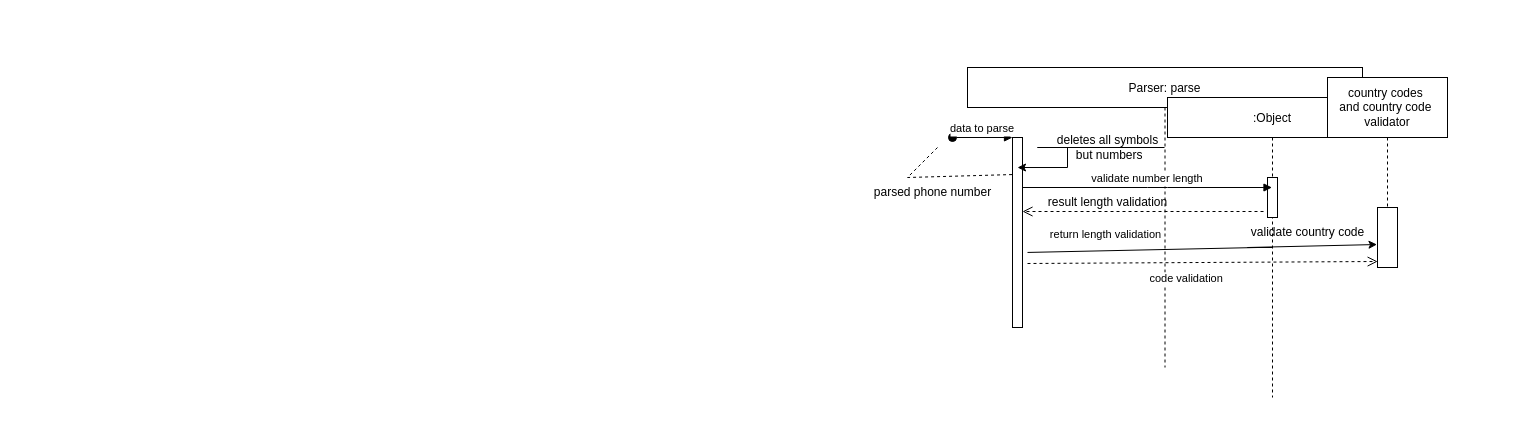
Above: Untitled Diagram.drawio in jonhaul/uml-projects (draw.io), before the change. Source tidied: cells renumbered, new cells numbered last; positions are measured from the earlier drawing's top-left corner, leaving out a move shared by most shapes. Both pictures are drawn from the tidied source at 100%, with x=0, y=0 at pixel (862, 67).
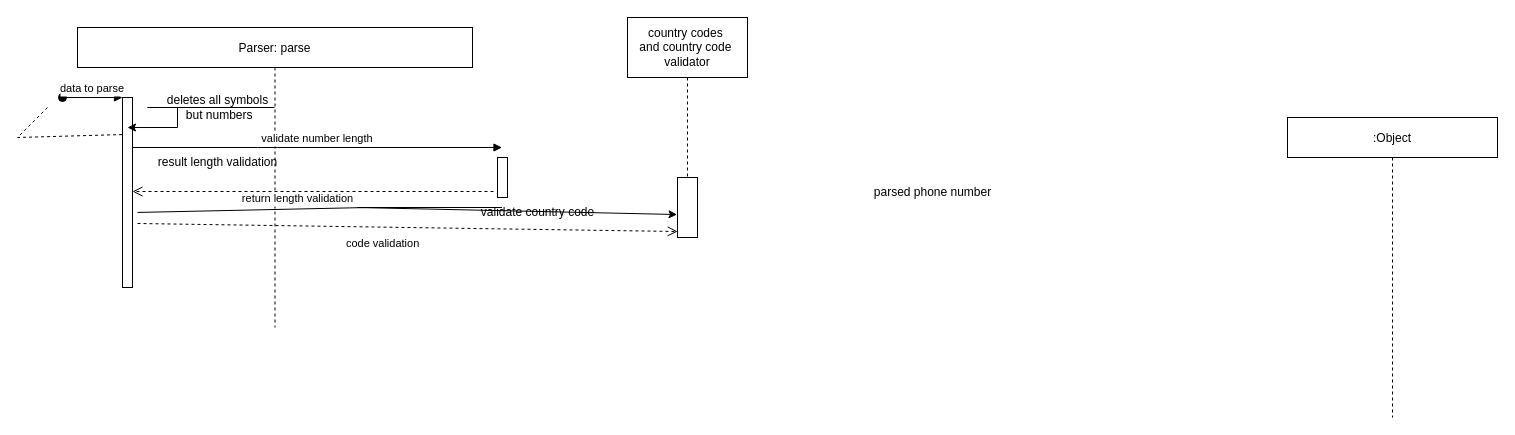
Above is the later version.

The change refers to these unchanged cells:
```xml
<mxCell id="3" style="points=[];perimeter=orthogonalPerimeter;rounded=0;shadow=0;strokeWidth=1;" parent="2" vertex="1">
  <mxGeometry x="45" y="70" width="10" height="190" as="geometry" />
</mxCell>
```

The edit, as a diff of the source:
```diff
@@
+    <mxCell id="7" value=":Object" style="shape=umlLifeline;perimeter=lifelinePerimeter;rounded=0;shadow=0;strokeWidth=1;" parent="1" vertex="1">
+      <mxGeometry x="425" y="50" width="210" height="300" as="geometry" />
+    </mxCell>
+    <mxCell id="19" value="parsed phone number" style="text;html=1;align=center;verticalAlign=middle;fillColor=none;strokeColor=none;rounded=0;" parent="1" vertex="1">
+      <mxGeometry y="110" width="140" height="30" as="geometry" />
+    </mxCell>
     <mxCell id="2" value="Parser: parse" style="shape=umlLifeline;perimeter=lifelinePerimeter;rounded=0;shadow=0;strokeWidth=1;" parent="1" vertex="1">
-      <mxGeometry x="105" width="395" height="300" as="geometry" />
+      <mxGeometry x="-785" y="-40" width="395" height="300" as="geometry" />
     </mxCell>
@@
-    <mxCell id="7" value=":Object" style="shape=umlLifeline;perimeter=lifelinePerimeter;rounded=0;shadow=0;strokeWidth=1;" parent="1" vertex="1">
-      <mxGeometry x="305" y="30" width="210" height="300" as="geometry" />
-    </mxCell>
-    <mxCell id="8" style="points=[];perimeter=orthogonalPerimeter;rounded=0;shadow=0;strokeWidth=1;" parent="7" vertex="1">
-      <mxGeometry x="100" y="80" width="10" height="40" as="geometry" />
+    <mxCell id="8" style="points=[];perimeter=orthogonalPerimeter;rounded=0;shadow=0;strokeWidth=1;" parent="1" vertex="1">
+      <mxGeometry x="-365" y="90" width="10" height="40" as="geometry" />
     </mxCell>
-    <mxCell id="9" value="validate country code" style="text;html=1;align=center;verticalAlign=middle;fillColor=none;strokeColor=none;rounded=0;" parent="7" vertex="1">
-      <mxGeometry x="70" y="120" width="140" height="30" as="geometry" />
+    <mxCell id="9" value="validate country code" style="text;html=1;align=center;verticalAlign=middle;fillColor=none;strokeColor=none;rounded=0;" parent="1" vertex="1">
+      <mxGeometry x="-395" y="130" width="140" height="30" as="geometry" />
     </mxCell>
-    <mxCell id="10" value="validate number length" style="verticalAlign=bottom;endArrow=block;shadow=0;strokeWidth=1;" parent="1" edge="1" source="3" target="7">
+    <mxCell id="10" value="validate number length" style="verticalAlign=bottom;endArrow=block;shadow=0;strokeWidth=1;" parent="1" edge="1" source="3">
       <mxGeometry relative="1" as="geometry">
+        <mxPoint x="-360.5" y="80" as="targetPoint" />
         <Array as="points">
-          <mxPoint x="295" y="120" />
+          <mxPoint x="-595" y="80" />
         </Array>
       </mxGeometry>
     </mxCell>
     <mxCell id="11" value="code validation" style="verticalAlign=bottom;endArrow=open;dashed=1;endSize=8;exitX=1;exitY=0.95;shadow=0;strokeWidth=1;entryX=0.008;entryY=0.9;entryDx=0;entryDy=0;entryPerimeter=0;" parent="1" edge="1" target="15">
       <mxGeometry x="-0.09" y="-25" relative="1" as="geometry">
-        <mxPoint x="165" y="196" as="sourcePoint" />
+        <mxPoint x="-725" y="156" as="sourcePoint" />
       </mxGeometry>
     </mxCell>
     <mxCell id="12" value="deletes all symbols&lt;br&gt;&amp;nbsp;but numbers" style="text;html=1;align=center;verticalAlign=middle;fillColor=none;strokeColor=none;rounded=0;" parent="1" vertex="1">
-      <mxGeometry x="185" y="60" width="120" height="40" as="geometry" />
+      <mxGeometry x="-705" y="20" width="120" height="40" as="geometry" />
     </mxCell>
     <mxCell id="13" value="country codes&amp;nbsp;&lt;br&gt;and country code&amp;nbsp;&lt;br&gt;validator" style="rounded=0;whiteSpace=wrap;html=1;" parent="1" vertex="1">
-      <mxGeometry x="465" y="10" width="120" height="60" as="geometry" />
+      <mxGeometry x="-235" y="-50" width="120" height="60" as="geometry" />
     </mxCell>
@@
     <mxCell id="15" style="rounded=0;whiteSpace=wrap;html=1;" parent="1" vertex="1">
-      <mxGeometry x="515" y="140" width="20" height="60" as="geometry" />
+      <mxGeometry x="-185" y="110" width="20" height="60" as="geometry" />
     </mxCell>
-    <mxCell id="16" style="endArrow=classic;html=1;rounded=0;entryX=-0.025;entryY=0.617;entryDx=0;entryDy=0;entryPerimeter=0;startArrow=none;" parent="1" edge="1" source="7" target="15">
+    <mxCell id="16" style="endArrow=classic;html=1;rounded=0;entryX=-0.025;entryY=0.617;entryDx=0;entryDy=0;entryPerimeter=0;startArrow=none;" parent="1" edge="1" target="15">
       <mxGeometry relative="1" as="geometry">
+        <mxPoint x="-360.5" y="140" as="sourcePoint" />
         <Array as="points">
-          <mxPoint x="385" y="180" />
+          <mxPoint x="-505" y="140" />
         </Array>
       </mxGeometry>
     </mxCell>
     <mxCell id="17" style="endArrow=none;html=1;rounded=0;exitX=1.5;exitY=0.605;exitDx=0;exitDy=0;exitPerimeter=0;" parent="1" edge="1" source="3">
       <mxGeometry relative="1" as="geometry">
-        <mxPoint x="395" y="180" as="targetPoint" />
+        <mxPoint x="-495" y="140" as="targetPoint" />
       </mxGeometry>
     </mxCell>
     <mxCell id="18" style="endArrow=none;dashed=1;html=1;rounded=0;entryX=0;entryY=0.195;entryDx=0;entryDy=0;entryPerimeter=0;" parent="1" edge="1" target="3">
       <mxGeometry relative="1" as="geometry">
-        <mxPoint x="75" y="80" as="sourcePoint" />
+        <mxPoint x="-815" y="40" as="sourcePoint" />
         <Array as="points">
-          <mxPoint x="45" y="110" />
+          <mxPoint x="-845" y="70" />
         </Array>
       </mxGeometry>
     </mxCell>
-    <mxCell id="19" value="parsed phone number" style="text;html=1;align=center;verticalAlign=middle;fillColor=none;strokeColor=none;rounded=0;" parent="1" vertex="1">
-      <mxGeometry y="110" width="140" height="30" as="geometry" />
-    </mxCell>
     <mxCell id="20" value=" return length validation" style="verticalAlign=bottom;endArrow=open;dashed=1;endSize=8;shadow=0;strokeWidth=1;startArrow=none;exitX=-0.4;exitY=0.85;exitDx=0;exitDy=0;exitPerimeter=0;" parent="1" edge="1" source="8" target="3">
-      <mxGeometry x="0.32" y="32" relative="1" as="geometry" />
+      <mxGeometry x="0.09" y="16" relative="1" as="geometry" />
     </mxCell>
```
